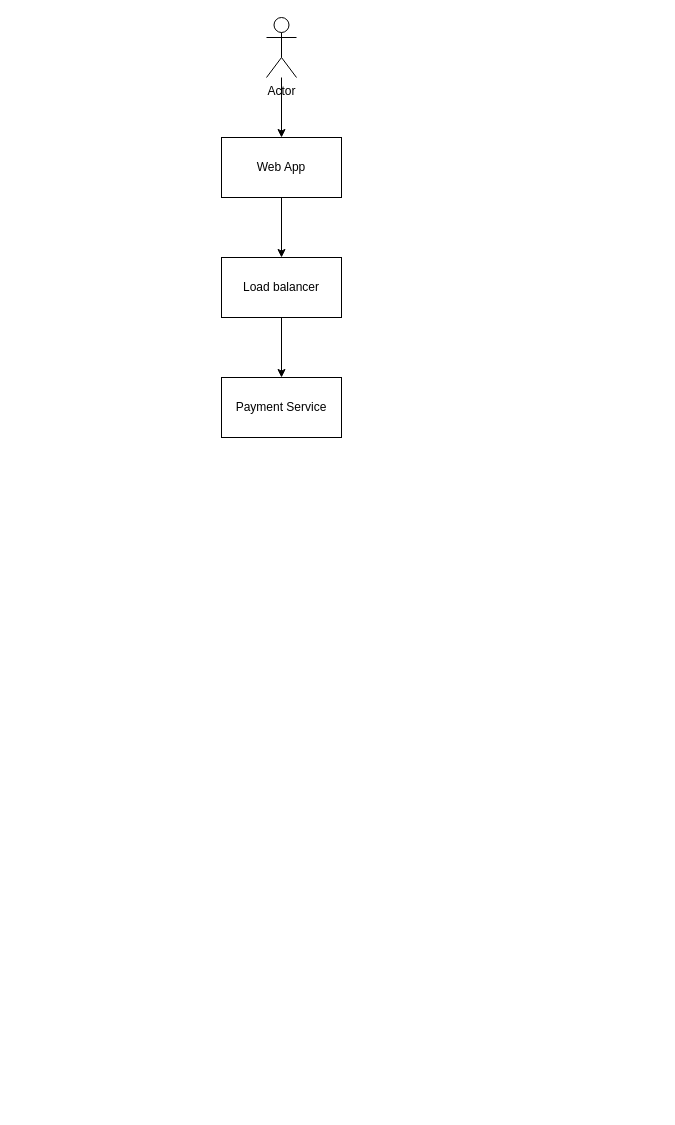
This is Untitled Diagram.drawio from DmitryPopov1988/registration, a draw.io file, before an edit. Source tidied: cells renumbered, new cells numbered last; positions are measured from the earlier drawing's top-left corner, leaving out a move shared by most shapes. Both pictures are drawn from the tidied source at 100%, with x=0, y=0 at pixel (221, 17).
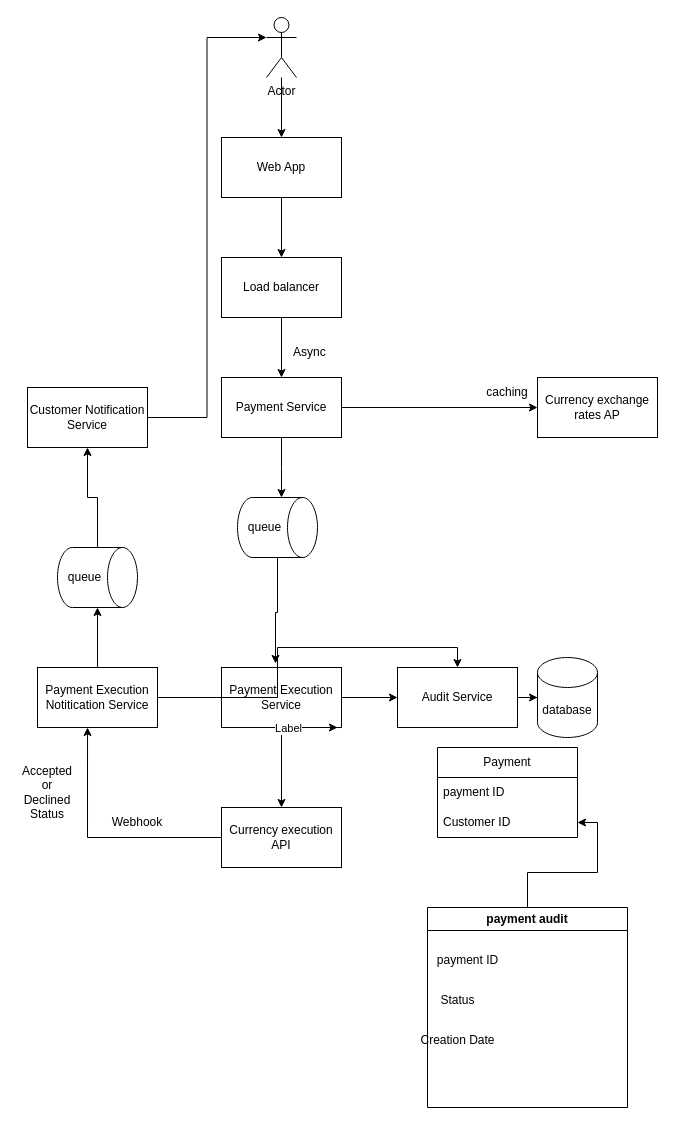
After the change.

The change refers to these unchanged cells:
```xml
<mxCell id="3" value="Actor" style="shape=umlActor;verticalLabelPosition=bottom;verticalAlign=top;html=1;outlineConnect=0;" parent="1" vertex="1">
  <mxGeometry x="45" width="30" height="60" as="geometry" />
</mxCell>
<mxCell id="6" value="Payment Service" style="rounded=0;whiteSpace=wrap;html=1;" parent="1" vertex="1">
  <mxGeometry y="360" width="120" height="60" as="geometry" />
</mxCell>
```

Change to the diagram source:
```diff
@@
+    <mxCell id="9" style="edgeStyle=orthogonalEdgeStyle;rounded=0;jettySize=auto;html=1;" parent="1" edge="1" source="6" target="11">
+      <mxGeometry relative="1" as="geometry" />
+    </mxCell>
+    <mxCell id="10" style="edgeStyle=orthogonalEdgeStyle;rounded=0;jettySize=auto;html=1;" parent="1" edge="1" source="6">
+      <mxGeometry relative="1" as="geometry">
+        <mxPoint x="60" y="480" as="targetPoint" />
+      </mxGeometry>
+    </mxCell>
@@
+    <mxCell id="11" value="Currency exchange rates AP" style="rounded=0;whiteSpace=wrap;html=1;" parent="1" vertex="1">
+      <mxGeometry x="316" y="360" width="120" height="60" as="geometry" />
+    </mxCell>
+    <mxCell id="12" value="queue" style="shape=cylinder3;whiteSpace=wrap;html=1;boundedLbl=1;backgroundOutline=1;size=15;direction=south;" parent="1" vertex="1">
+      <mxGeometry x="16" y="480" width="80" height="60" as="geometry" />
+    </mxCell>
+    <mxCell id="13" style="edgeStyle=orthogonalEdgeStyle;rounded=0;jettySize=auto;html=1;entryX=0.5;entryY=0;entryDx=0;entryDy=0;" parent="1" edge="1" source="15" target="17">
+      <mxGeometry relative="1" as="geometry" />
+    </mxCell>
+    <mxCell id="14" style="edgeStyle=orthogonalEdgeStyle;rounded=0;jettySize=auto;html=1;" parent="1" edge="1" source="15" target="32">
+      <mxGeometry relative="1" as="geometry" />
+    </mxCell>
+    <mxCell id="15" value="Payment Execution Service&lt;br&gt;" style="rounded=0;whiteSpace=wrap;html=1;" parent="1" vertex="1">
+      <mxGeometry y="650" width="120" height="60" as="geometry" />
+    </mxCell>
+    <mxCell id="16" style="edgeStyle=orthogonalEdgeStyle;rounded=0;jettySize=auto;html=1;entryX=0.45;entryY=-0.067;entryDx=0;entryDy=0;entryPerimeter=0;" parent="1" edge="1" source="12" target="15">
+      <mxGeometry relative="1" as="geometry" />
+    </mxCell>
+    <mxCell id="17" value="Currency execution API" style="rounded=0;whiteSpace=wrap;html=1;" parent="1" vertex="1">
+      <mxGeometry y="790" width="120" height="60" as="geometry" />
+    </mxCell>
+    <mxCell id="18" value="database" style="shape=cylinder3;whiteSpace=wrap;html=1;boundedLbl=1;backgroundOutline=1;size=15;" parent="1" vertex="1">
+      <mxGeometry x="316" y="640" width="60" height="80" as="geometry" />
+    </mxCell>
+    <mxCell id="19" style="edgeStyle=orthogonalEdgeStyle;rounded=0;jettySize=auto;html=1;" parent="1" edge="1" source="21" target="26">
+      <mxGeometry relative="1" as="geometry" />
+    </mxCell>
+    <mxCell id="20" style="edgeStyle=orthogonalEdgeStyle;rounded=0;jettySize=auto;html=1;entryX=0.5;entryY=0;entryDx=0;entryDy=0;" parent="1" edge="1" source="21" target="32">
+      <mxGeometry relative="1" as="geometry" />
+    </mxCell>
+    <mxCell id="21" value="Payment Execution Notitication Service" style="rounded=0;whiteSpace=wrap;html=1;" parent="1" vertex="1">
+      <mxGeometry x="-184" y="650" width="120" height="60" as="geometry" />
+    </mxCell>
+    <mxCell id="22" style="edgeStyle=orthogonalEdgeStyle;rounded=0;jettySize=auto;html=1;entryX=0.417;entryY=1;entryDx=0;entryDy=0;entryPerimeter=0;" parent="1" edge="1" source="17" target="21">
+      <mxGeometry relative="1" as="geometry" />
+    </mxCell>
+    <mxCell id="23" value="Accepted or Declined Status" style="text;strokeColor=none;align=center;fillColor=none;html=1;verticalAlign=middle;whiteSpace=wrap;rounded=0;" parent="1" vertex="1">
+      <mxGeometry x="-204" y="760" width="60" height="30" as="geometry" />
+    </mxCell>
+    <mxCell id="24" value="Customer Notification Service" style="rounded=0;whiteSpace=wrap;html=1;" parent="1" vertex="1">
+      <mxGeometry x="-194" y="370" width="120" height="60" as="geometry" />
+    </mxCell>
+    <mxCell id="25" style="edgeStyle=orthogonalEdgeStyle;rounded=0;jettySize=auto;html=1;" parent="1" edge="1" source="26" target="24">
+      <mxGeometry relative="1" as="geometry" />
+    </mxCell>
+    <mxCell id="26" value="queue" style="shape=cylinder3;whiteSpace=wrap;html=1;boundedLbl=1;backgroundOutline=1;size=15;direction=south;" parent="1" vertex="1">
+      <mxGeometry x="-164" y="530" width="80" height="60" as="geometry" />
+    </mxCell>
+    <mxCell id="27" style="edgeStyle=orthogonalEdgeStyle;rounded=0;jettySize=auto;html=1;entryX=0;entryY=0.3333333333333333;entryDx=0;entryDy=0;entryPerimeter=0;" parent="1" edge="1" source="24" target="3">
+      <mxGeometry relative="1" as="geometry" />
+    </mxCell>
+    <mxCell id="28" value="Async&amp;nbsp;" style="text;strokeColor=none;align=center;fillColor=none;html=1;verticalAlign=middle;whiteSpace=wrap;rounded=0;" parent="1" vertex="1">
+      <mxGeometry x="60" y="320" width="60" height="30" as="geometry" />
+    </mxCell>
+    <mxCell id="29" value="caching" style="text;strokeColor=none;align=center;fillColor=none;html=1;verticalAlign=middle;whiteSpace=wrap;rounded=0;" parent="1" vertex="1">
+      <mxGeometry x="256" y="360" width="60" height="30" as="geometry" />
+    </mxCell>
+    <mxCell id="30" value="Webhook" style="text;strokeColor=none;align=center;fillColor=none;html=1;verticalAlign=middle;whiteSpace=wrap;rounded=0;" parent="1" vertex="1">
+      <mxGeometry x="-114" y="790" width="60" height="30" as="geometry" />
+    </mxCell>
+    <mxCell id="31" style="edgeStyle=orthogonalEdgeStyle;rounded=0;jettySize=auto;html=1;" parent="1" edge="1" source="32" target="18">
+      <mxGeometry relative="1" as="geometry" />
+    </mxCell>
+    <mxCell id="32" value="Audit Service" style="rounded=0;whiteSpace=wrap;html=1;" parent="1" vertex="1">
+      <mxGeometry x="176" y="650" width="120" height="60" as="geometry" />
+    </mxCell>
+    <mxCell id="33" value="Payment" style="swimlane;fontStyle=0;horizontal=1;startSize=30;whiteSpace=wrap;html=1;" parent="1" vertex="1">
+      <mxGeometry x="216" y="730" width="140" height="90" as="geometry" />
+    </mxCell>
+    <mxCell id="34" value="payment ID&amp;nbsp;" style="text;strokeColor=none;fillColor=none;align=left;verticalAlign=middle;spacingLeft=4;spacingRight=4;overflow=hidden;whiteSpace=wrap;html=1;" parent="33" vertex="1">
+      <mxGeometry y="30" width="140" height="30" as="geometry" />
+    </mxCell>
+    <mxCell id="35" value="Customer ID" style="text;strokeColor=none;fillColor=none;align=left;verticalAlign=middle;spacingLeft=4;spacingRight=4;overflow=hidden;points=[[0,0.5],[1,0.5]];portConstraint=eastwest;whiteSpace=wrap;html=1;" parent="33" vertex="1">
+      <mxGeometry y="60" width="140" height="30" as="geometry" />
+    </mxCell>
+    <mxCell id="36" style="edgeStyle=orthogonalEdgeStyle;rounded=0;jettySize=auto;html=1;" parent="1" edge="1" source="37" target="35">
+      <mxGeometry relative="1" as="geometry" />
+    </mxCell>
+    <mxCell id="37" value="payment audit&lt;br&gt;" style="swimlane;whiteSpace=wrap;html=1;" parent="1" vertex="1">
+      <mxGeometry x="206" y="890" width="200" height="200" as="geometry" />
+    </mxCell>
+    <mxCell id="38" value="Status" style="text;html=1;align=center;verticalAlign=middle;strokeColor=none;fillColor=none;" parent="37" vertex="1">
+      <mxGeometry y="78" width="60" height="30" as="geometry" />
+    </mxCell>
+    <mxCell id="39" value="payment ID" style="text;html=1;align=center;verticalAlign=middle;strokeColor=none;fillColor=none;" parent="1" vertex="1">
+      <mxGeometry x="206" y="928" width="80" height="30" as="geometry" />
+    </mxCell>
+    <mxCell id="40" value="Creation Date" style="text;html=1;align=center;verticalAlign=middle;strokeColor=none;fillColor=none;" parent="1" vertex="1">
+      <mxGeometry x="186" y="1008" width="100" height="30" as="geometry" />
+    </mxCell>
+    <mxCell id="41" style="endArrow=classic;html=1;rounded=0;" parent="1" edge="1">
+      <mxGeometry relative="1" as="geometry">
+        <mxPoint x="16" y="710" as="sourcePoint" />
+        <mxPoint x="116" y="710" as="targetPoint" />
+      </mxGeometry>
+    </mxCell>
+    <mxCell id="42" value="Label" style="edgeLabel;html=1;align=center;verticalAlign=middle;" parent="41" vertex="1">
+      <mxGeometry relative="1" as="geometry" />
+    </mxCell>
```
